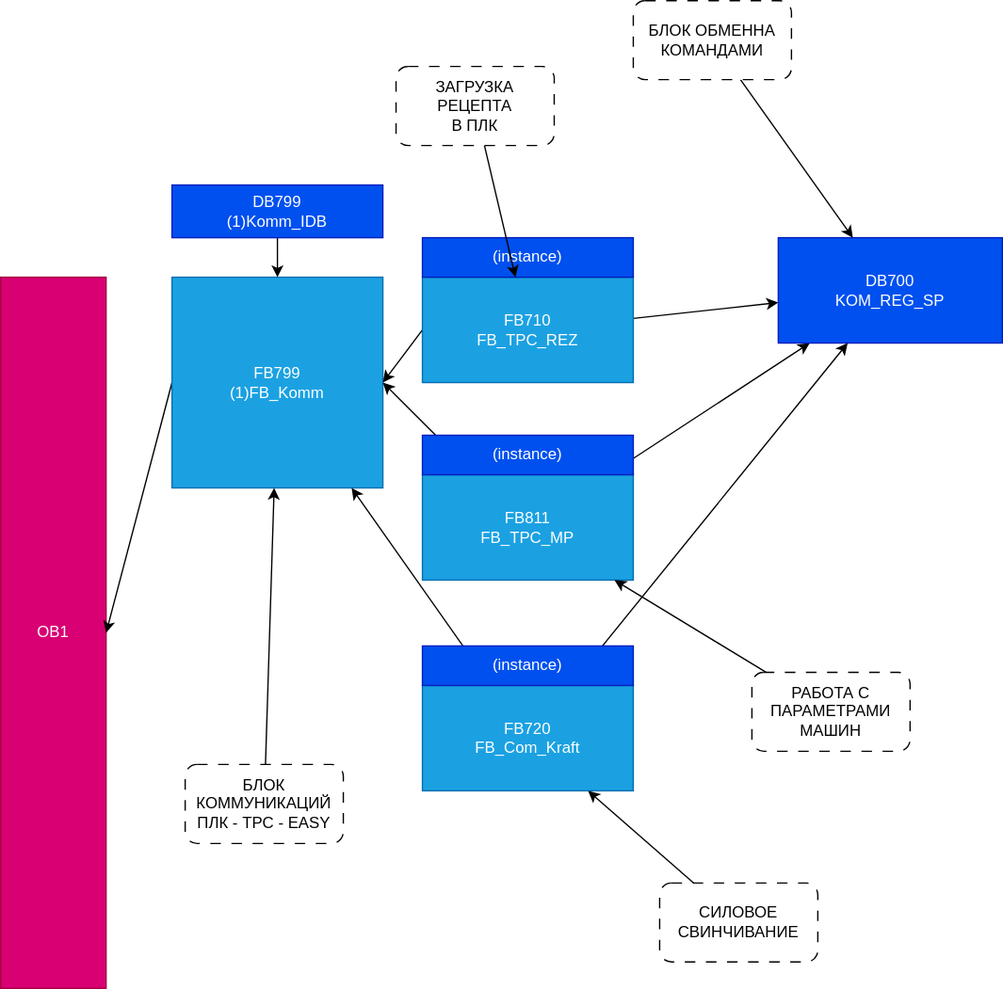
Above: Doc/ПЛК400/OB1.drawio.svg in AlexFrick92/PNTZ.Mufta (draw.io), before the change. Source tidied: cells renumbered, new cells last; positions are measured from the earlier drawing's top-left corner, leaving out a move shared by most shapes.
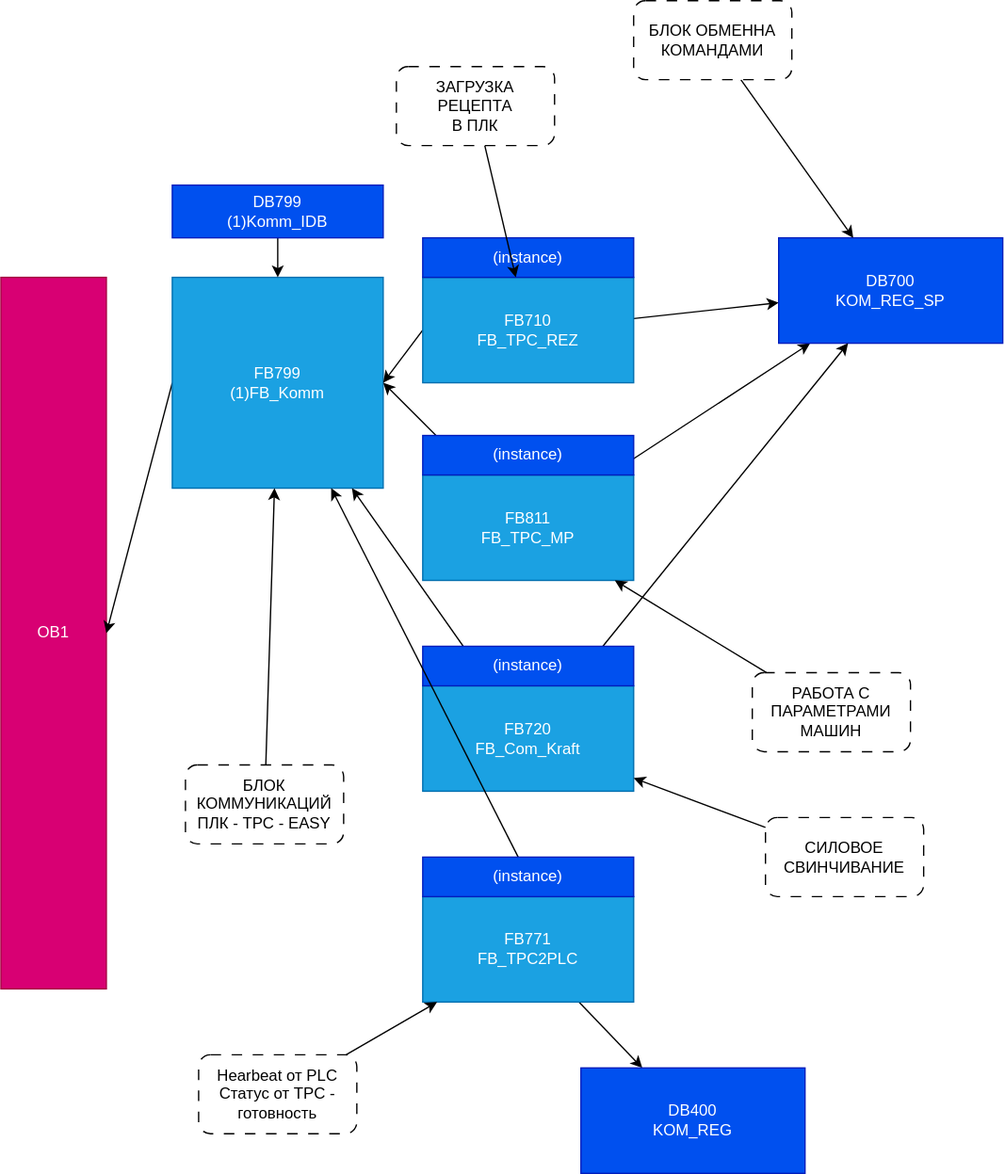
Later version of the same file.

Diff of the diagram source:
```diff
@@ -84,7 +84,28 @@
       <mxGeometry relative="1" as="geometry" />
     </mxCell>
     <mxCell id="29" value="СИЛОВОЕ&lt;br&gt;СВИНЧИВАНИЕ" style="rounded=1;whiteSpace=wrap;html=1;dashed=1;dashPattern=8 8;" parent="1" vertex="1">
-      <mxGeometry x="500" y="670" width="120" height="60" as="geometry" />
+      <mxGeometry x="580" y="620" width="120" height="60" as="geometry" />
     </mxCell>
+    <mxCell id="30" style="edgeStyle=none;html=1;" parent="1" edge="1" source="31" target="36">
+      <mxGeometry relative="1" as="geometry" />
+    </mxCell>
+    <mxCell id="31" value="FB771&lt;br&gt;FB_TPC2PLC" style="rounded=0;whiteSpace=wrap;html=1;fillColor=#1ba1e2;strokeColor=#006EAF;fontColor=#ffffff;" parent="1" vertex="1">
+      <mxGeometry x="320" y="680" width="160" height="80" as="geometry" />
+    </mxCell>
+    <mxCell id="32" style="edgeStyle=none;html=1;" parent="1" edge="1" source="33" target="4">
+      <mxGeometry relative="1" as="geometry" />
+    </mxCell>
+    <mxCell id="33" value="(instance)" style="rounded=0;whiteSpace=wrap;html=1;fillColor=#0050ef;strokeColor=#001DBC;fontColor=#ffffff;" parent="1" vertex="1">
+      <mxGeometry x="320" y="650" width="160" height="30" as="geometry" />
+    </mxCell>
+    <mxCell id="34" style="edgeStyle=none;html=1;" parent="1" edge="1" source="35" target="31">
+      <mxGeometry relative="1" as="geometry" />
+    </mxCell>
+    <mxCell id="35" value="Hearbeat от PLC&lt;br&gt;Статус от TPC - готовность" style="rounded=1;whiteSpace=wrap;html=1;dashed=1;dashPattern=8 8;" parent="1" vertex="1">
+      <mxGeometry x="150" y="800" width="120" height="60" as="geometry" />
+    </mxCell>
+    <mxCell id="36" value="DB400&lt;br&gt;KOM_REG" style="rounded=0;whiteSpace=wrap;html=1;fillColor=#0050ef;strokeColor=#001DBC;fontColor=#ffffff;" parent="1" vertex="1">
+      <mxGeometry x="440" y="810" width="170" height="80" as="geometry" />
+    </mxCell>
   </root>
 </mxGraphModel>
```
